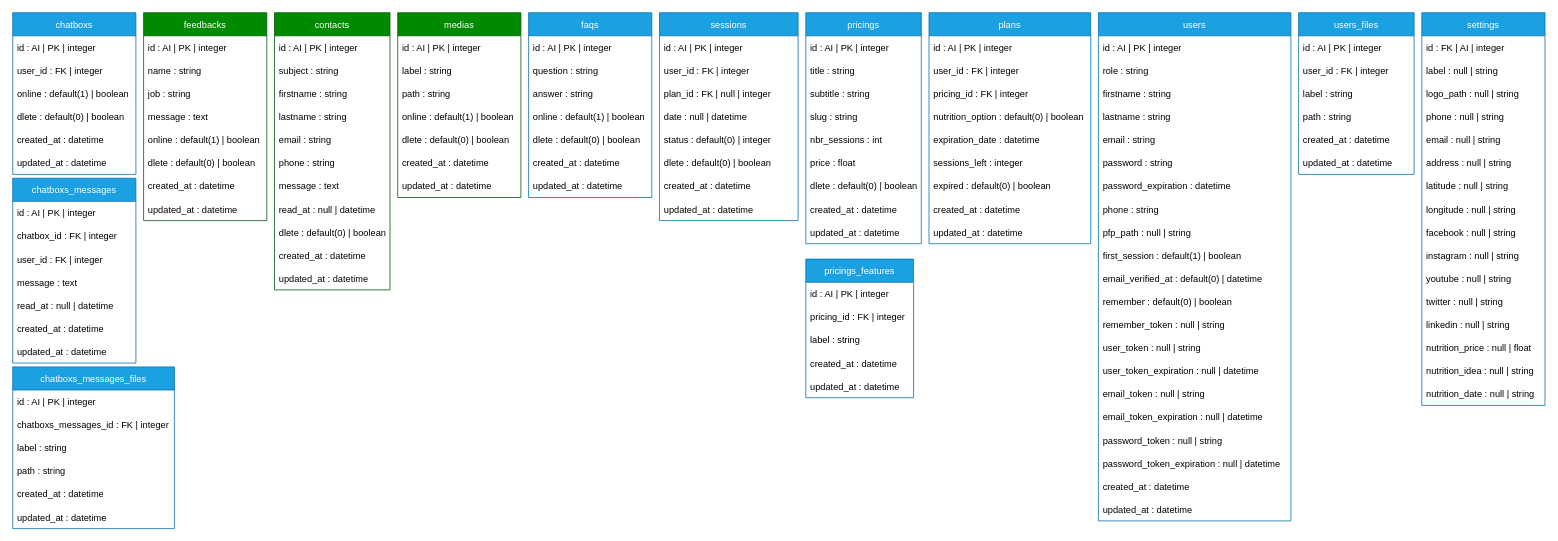
This is page "BDD" (3 of 3) of architecture.drawio from HakimFIDJEL/jcoaching, a draw.io file, before an edit. Source tidied: cells renumbered, new cells numbered last; positions are measured from the earlier drawing's top-left corner, leaving out a move shared by most shapes. Both pictures are drawn from the tidied source at 77%, with x=0, y=0 at pixel (12, 12).
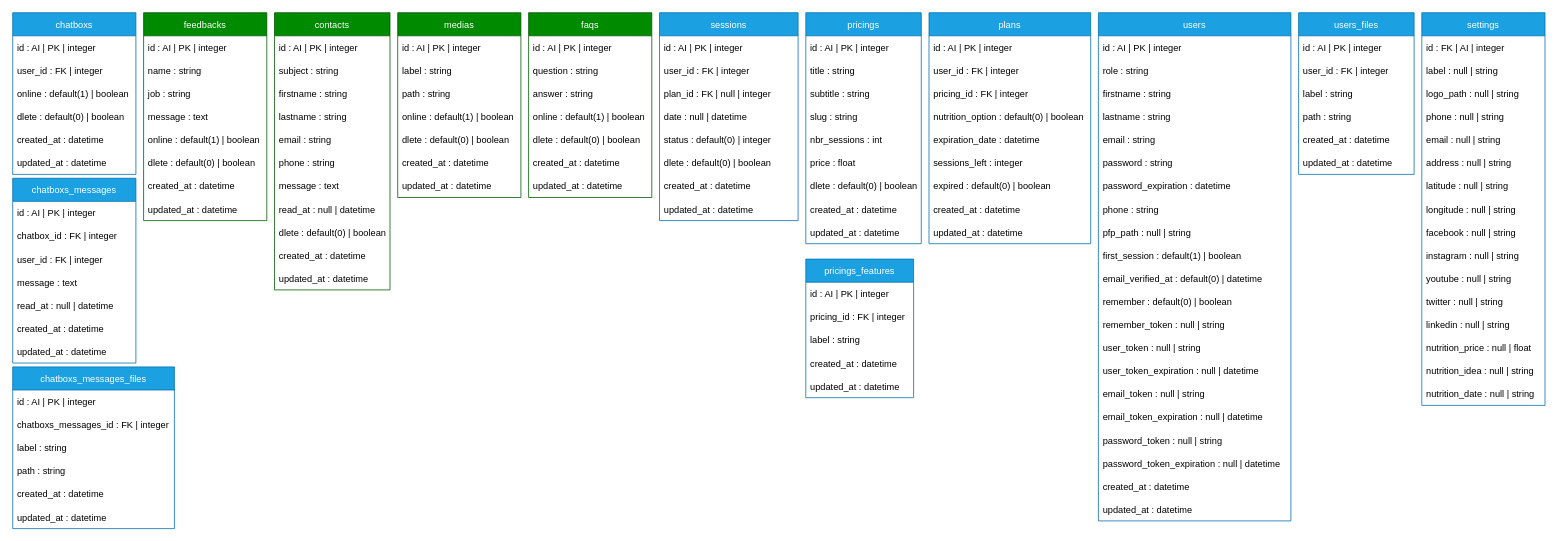
After the change.

Diff of the diagram source:
```diff
@@
-    <mxCell id="70" value="faqs" style="swimlane;fontStyle=0;horizontal=1;startSize=30;fillColor=#1ba1e2;fontColor=#ffffff;strokeColor=#006EAF;" parent="1" vertex="1">
+    <mxCell id="70" value="faqs" style="swimlane;fontStyle=0;horizontal=1;startSize=30;fillColor=#008a00;fontColor=#ffffff;strokeColor=#005700;" parent="1" vertex="1">
       <mxGeometry x="670" width="160" height="240" as="geometry" />
     </mxCell>
```
